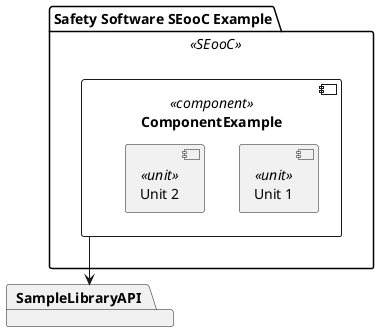
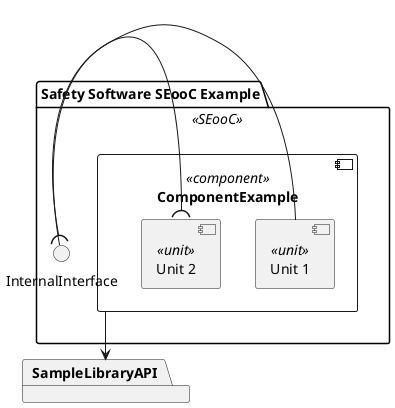
' *******************************************************************************
' Copyright (c) 2025 Contributors to the Eclipse Foundation
'
' See the NOTICE file(s) distributed with this work for additional
' information regarding copyright ownership.
'
' This program and the accompanying materials are made available under the
' terms of the Apache License Version 2.0 which is available at
' https://www.apache.org/licenses/LICENSE-2.0
'
' SPDX-License-Identifier: Apache-2.0
' *******************************************************************************

@startuml static_design

package "Safety Software SEooC Example" as safety_software_seooc_example <<SEooC>> {
    component "ComponentExample" as component_example <<component>> {
        component "Unit 1" as unit_1 <<unit>>
        component "Unit 2" as unit_2 <<unit>>
    }
+     interface "InternalInterface" as InternalInterface
+     unit_1 -( InternalInterface
+     unit_2 )- InternalInterface
}

package "SampleLibraryAPI" as SampleLibraryAPI

component_example --> SampleLibraryAPI

@enduml
